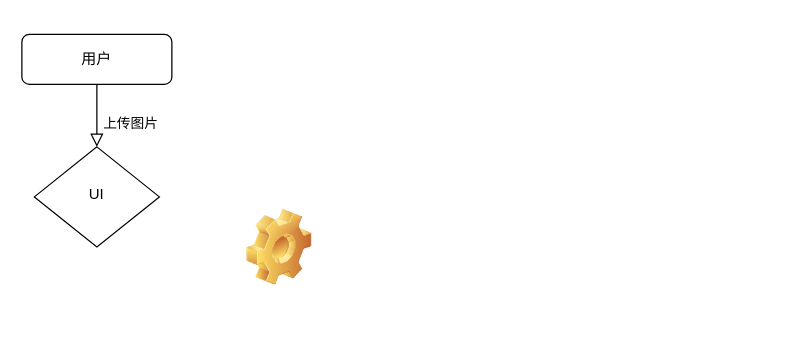
The draw.io diagram Untitled Diagram.drawio in l1ghtyagam1Jin/privatestorage, before the edit. Source tidied: cells renumbered, new cells numbered last; positions are measured from the earlier drawing's top-left corner, leaving out a move shared by most shapes. Both pictures are drawn from the tidied source at 125%, with x=0, y=0 at pixel (21, 34).
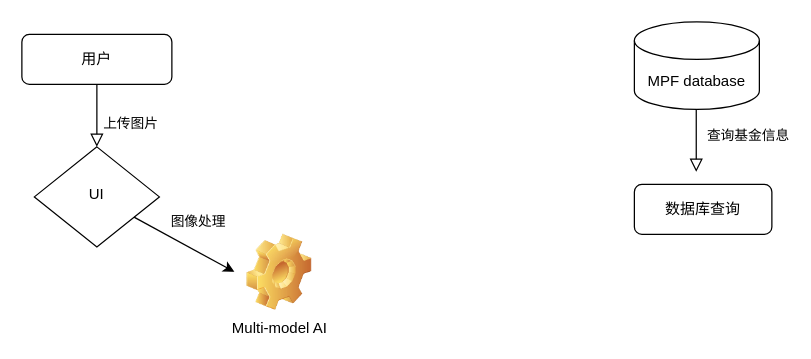
After the change.

What changed in the source:
```diff
@@
 <mxGraphModel>
   <root>
     <mxCell id="0" />
     <mxCell id="1" parent="0" />
     <mxCell id="2" style="rounded=0;html=1;jettySize=auto;fontSize=11;endArrow=block;endFill=0;endSize=8;strokeWidth=1;shadow=0;labelBackgroundColor=none;edgeStyle=orthogonalEdgeStyle;" parent="1" edge="1" source="4" target="5">
       <mxGeometry relative="1" as="geometry" />
     </mxCell>
     <mxCell id="3" value="上传图片" style="edgeLabel;html=1;align=center;verticalAlign=middle;" parent="2" vertex="1">
       <mxGeometry x="0.2" y="-1" relative="1" as="geometry">
         <mxPoint x="27" as="offset" />
       </mxGeometry>
     </mxCell>
     <mxCell id="4" value="用户" style="rounded=1;whiteSpace=wrap;html=1;fontSize=12;glass=0;strokeWidth=1;shadow=0;" parent="1" vertex="1">
       <mxGeometry width="120" height="40" as="geometry" />
     </mxCell>
     <mxCell id="5" value="UI" style="rhombus;whiteSpace=wrap;html=1;shadow=0;fontFamily=Helvetica;fontSize=12;align=center;strokeWidth=1;spacing=6;spacingTop=-4;" parent="1" vertex="1">
       <mxGeometry x="10" y="90" width="100" height="80" as="geometry" />
     </mxCell>
-    <mxCell id="6" style="shape=image;html=1;verticalLabelPosition=bottom;verticalAlign=top;imageAspect=1;image=img/clipart/Gear_128x128.png;" parent="1" vertex="1">
-      <mxGeometry x="180" y="140" width="52" height="61" as="geometry" />
+    <mxCell id="6" value="Multi-model AI" style="shape=image;html=1;verticalLabelPosition=bottom;verticalAlign=top;imageAspect=1;image=img/clipart/Gear_128x128.png;" parent="1" vertex="1">
+      <mxGeometry x="180" y="160" width="52" height="61" as="geometry" />
     </mxCell>
+    <mxCell id="7" style="endArrow=classic;html=1;rounded=0;" parent="1" edge="1" source="5">
+      <mxGeometry relative="1" as="geometry">
+        <mxPoint x="170" y="190" as="targetPoint" />
+        <Array as="points">
+          <mxPoint x="170" y="190" />
+        </Array>
+      </mxGeometry>
+    </mxCell>
+    <mxCell id="8" value="图像处理" style="edgeLabel;html=1;align=center;verticalAlign=middle;" parent="7" vertex="1">
+      <mxGeometry x="0.08" y="-1" relative="1" as="geometry">
+        <mxPoint x="8" y="-21" as="offset" />
+      </mxGeometry>
+    </mxCell>
+    <mxCell id="9" value="MPF database" style="shape=cylinder3;whiteSpace=wrap;html=1;boundedLbl=1;backgroundOutline=1;size=15;" parent="1" vertex="1">
+      <mxGeometry x="490" y="-10" width="100" height="70" as="geometry" />
+    </mxCell>
+    <mxCell id="10" style="rounded=0;html=1;jettySize=auto;orthogonalLoop=1;fontSize=11;endArrow=block;endFill=0;endSize=8;strokeWidth=1;shadow=0;labelBackgroundColor=none;edgeStyle=orthogonalEdgeStyle;" parent="1" edge="1">
+      <mxGeometry relative="1" as="geometry">
+        <mxPoint x="539.5" y="60" as="sourcePoint" />
+        <mxPoint x="539.5" y="110" as="targetPoint" />
+      </mxGeometry>
+    </mxCell>
+    <mxCell id="11" value="查询基金信息" style="edgeLabel;html=1;align=center;verticalAlign=middle;" parent="10" vertex="1">
+      <mxGeometry x="0.2" y="-1" relative="1" as="geometry">
+        <mxPoint x="42" y="-10" as="offset" />
+      </mxGeometry>
+    </mxCell>
+    <mxCell id="12" value="数据库查询" style="rounded=1;whiteSpace=wrap;html=1;" parent="1" vertex="1">
+      <mxGeometry x="490" y="120" width="110" height="40" as="geometry" />
+    </mxCell>
   </root>
 </mxGraphModel>
```
